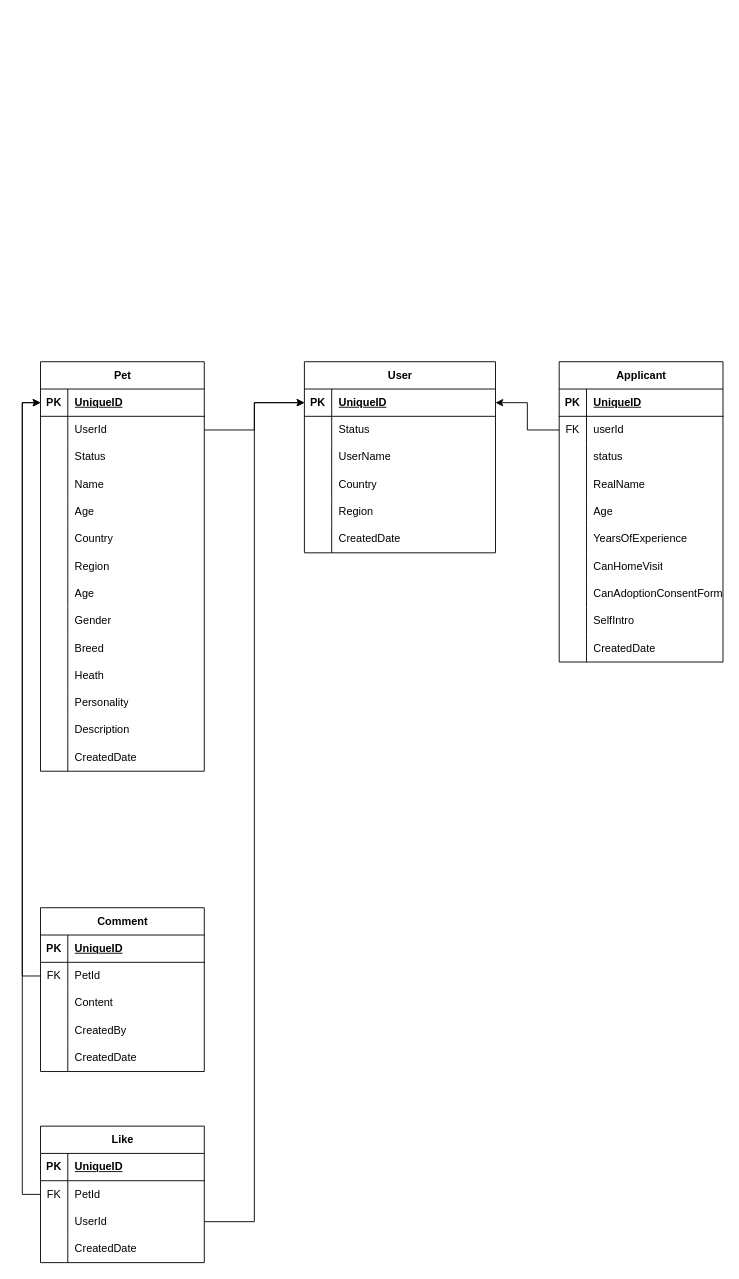
Above: page "DB" (8 of 8) of MyApps/PetAdotion.drawio in vinceliao99/MyDiagrams (draw.io), before the change. Source tidied: cells renumbered, new cells numbered last; positions are measured from the earlier drawing's top-left corner, leaving out a move shared by most shapes. Both pictures are drawn from the tidied source at 91%, with x=0, y=0 at pixel (40, 361).
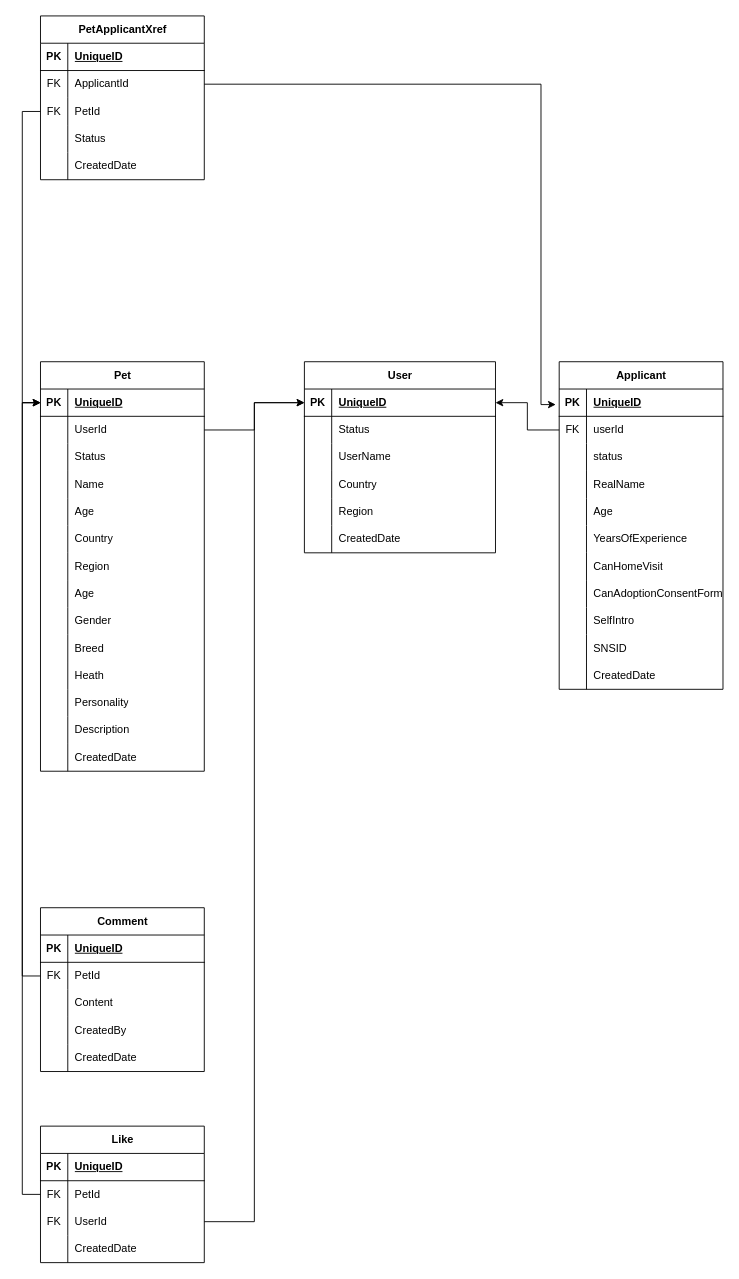
Above is the later version.

The change refers to these unchanged cells:
```xml
<mxCell id="22" style="shape=tableRow;horizontal=0;startSize=0;swimlaneHead=0;swimlaneBody=0;fillColor=none;points=[[0,0.5],[1,0.5]];portConstraint=eastwest;top=0;left=0;right=0;bottom=1;" parent="21" vertex="1">
  <mxGeometry y="30" width="180" height="30" as="geometry" />
</mxCell>
<mxCell id="53" style="shape=tableRow;horizontal=0;startSize=0;swimlaneHead=0;swimlaneBody=0;fillColor=none;points=[[0,0.5],[1,0.5]];portConstraint=eastwest;top=0;left=0;right=0;bottom=1;" parent="52" vertex="1">
  <mxGeometry y="30" width="180" height="30" as="geometry" />
</mxCell>
<mxCell id="118" style="shape=tableRow;horizontal=0;startSize=0;swimlaneHead=0;swimlaneBody=0;fillColor=none;points=[[0,0.5],[1,0.5]];portConstraint=eastwest;top=0;left=0;right=0;bottom=0;" parent="111" vertex="1">
  <mxGeometry y="90" width="180" height="30" as="geometry" />
</mxCell>
```

What changed in the source:
```diff
@@
     <mxCell id="21" value="Applicant" style="shape=table;startSize=30;childLayout=tableLayout;rowLines=0;fontStyle=1;align=center;html=1;" parent="1" vertex="1">
-      <mxGeometry x="570" width="180" height="330" as="geometry" />
+      <mxGeometry x="570" width="180" height="360" as="geometry" />
     </mxCell>
@@
+    <mxCell id="129" style="shape=tableRow;horizontal=0;startSize=0;swimlaneHead=0;swimlaneBody=0;fillColor=none;top=0;left=0;right=0;bottom=0;" parent="21" vertex="1">
+      <mxGeometry y="300" width="180" height="30" as="geometry" />
+    </mxCell>
+    <mxCell id="130" style="shape=partialRectangle;fillColor=none;top=0;left=0;bottom=0;right=0;overflow=hidden;whiteSpace=wrap;html=1;" parent="129" vertex="1">
+      <mxGeometry width="30" height="30" as="geometry" />
+    </mxCell>
+    <mxCell id="131" value="SNSID" style="shape=partialRectangle;fillColor=none;top=0;left=0;bottom=0;right=0;align=left;spacingLeft=6;overflow=hidden;whiteSpace=wrap;html=1;" parent="129" vertex="1">
+      <mxGeometry x="30" width="150" height="30" as="geometry" />
+    </mxCell>
     <mxCell id="49" style="shape=tableRow;horizontal=0;startSize=0;swimlaneHead=0;swimlaneBody=0;fillColor=none;top=0;left=0;right=0;bottom=0;" parent="21" vertex="1">
-      <mxGeometry y="300" width="180" height="30" as="geometry" />
+      <mxGeometry y="330" width="180" height="30" as="geometry" />
     </mxCell>
@@
-    <mxCell id="119" style="shape=partialRectangle;fillColor=none;top=0;left=0;bottom=0;right=0;overflow=hidden;whiteSpace=wrap;html=1;" parent="118" vertex="1">
+    <mxCell id="119" value="FK" style="shape=partialRectangle;fillColor=none;top=0;left=0;bottom=0;right=0;overflow=hidden;whiteSpace=wrap;html=1;" parent="118" vertex="1">
       <mxGeometry width="30" height="30" as="geometry" />
     </mxCell>
@@
+    <mxCell id="132" value="PetApplicantXref" style="shape=table;startSize=30;childLayout=tableLayout;rowLines=0;fontStyle=1;align=center;html=1;" parent="1" vertex="1">
+      <mxGeometry y="-380" width="180" height="180" as="geometry" />
+    </mxCell>
+    <mxCell id="133" style="shape=tableRow;horizontal=0;startSize=0;swimlaneHead=0;swimlaneBody=0;fillColor=none;top=0;left=0;right=0;bottom=1;" parent="132" vertex="1">
+      <mxGeometry y="30" width="180" height="30" as="geometry" />
+    </mxCell>
+    <mxCell id="134" value="PK" style="shape=partialRectangle;fillColor=none;top=0;left=0;bottom=0;right=0;fontStyle=1;overflow=hidden;whiteSpace=wrap;html=1;" parent="133" vertex="1">
+      <mxGeometry width="30" height="30" as="geometry" />
+    </mxCell>
+    <mxCell id="135" value="UniqueID" style="shape=partialRectangle;fillColor=none;top=0;left=0;bottom=0;right=0;align=left;spacingLeft=6;fontStyle=5;overflow=hidden;whiteSpace=wrap;html=1;" parent="133" vertex="1">
+      <mxGeometry x="30" width="150" height="30" as="geometry" />
+    </mxCell>
+    <mxCell id="136" style="shape=tableRow;horizontal=0;startSize=0;swimlaneHead=0;swimlaneBody=0;fillColor=none;points=[[0,0.5],[1,0.5]];portConstraint=eastwest;top=0;left=0;right=0;bottom=0;" parent="132" vertex="1">
+      <mxGeometry y="60" width="180" height="30" as="geometry" />
+    </mxCell>
+    <mxCell id="137" value="FK" style="shape=partialRectangle;fillColor=none;top=0;left=0;bottom=0;right=0;overflow=hidden;whiteSpace=wrap;html=1;" parent="136" vertex="1">
+      <mxGeometry width="30" height="30" as="geometry" />
+    </mxCell>
+    <mxCell id="138" value="ApplicantId" style="shape=partialRectangle;fillColor=none;top=0;left=0;bottom=0;right=0;align=left;spacingLeft=6;overflow=hidden;whiteSpace=wrap;html=1;" parent="136" vertex="1">
+      <mxGeometry x="30" width="150" height="30" as="geometry" />
+    </mxCell>
+    <mxCell id="139" style="shape=tableRow;horizontal=0;startSize=0;swimlaneHead=0;swimlaneBody=0;fillColor=none;points=[[0,0.5],[1,0.5]];portConstraint=eastwest;top=0;left=0;right=0;bottom=0;" parent="132" vertex="1">
+      <mxGeometry y="90" width="180" height="30" as="geometry" />
+    </mxCell>
+    <mxCell id="140" value="FK" style="shape=partialRectangle;fillColor=none;top=0;left=0;bottom=0;right=0;overflow=hidden;whiteSpace=wrap;html=1;" parent="139" vertex="1">
+      <mxGeometry width="30" height="30" as="geometry" />
+    </mxCell>
+    <mxCell id="141" value="PetId" style="shape=partialRectangle;fillColor=none;top=0;left=0;bottom=0;right=0;align=left;spacingLeft=6;overflow=hidden;whiteSpace=wrap;html=1;" parent="139" vertex="1">
+      <mxGeometry x="30" width="150" height="30" as="geometry" />
+    </mxCell>
+    <mxCell id="142" style="shape=tableRow;horizontal=0;startSize=0;swimlaneHead=0;swimlaneBody=0;fillColor=none;top=0;left=0;right=0;bottom=0;" parent="132" vertex="1">
+      <mxGeometry y="120" width="180" height="30" as="geometry" />
+    </mxCell>
+    <mxCell id="143" style="shape=partialRectangle;fillColor=none;top=0;left=0;bottom=0;right=0;overflow=hidden;whiteSpace=wrap;html=1;" parent="142" vertex="1">
+      <mxGeometry width="30" height="30" as="geometry" />
+    </mxCell>
+    <mxCell id="144" value="Status" style="shape=partialRectangle;fillColor=none;top=0;left=0;bottom=0;right=0;align=left;spacingLeft=6;overflow=hidden;whiteSpace=wrap;html=1;" parent="142" vertex="1">
+      <mxGeometry x="30" width="150" height="30" as="geometry" />
+    </mxCell>
+    <mxCell id="145" style="shape=tableRow;horizontal=0;startSize=0;swimlaneHead=0;swimlaneBody=0;fillColor=none;top=0;left=0;right=0;bottom=0;" parent="132" vertex="1">
+      <mxGeometry y="150" width="180" height="30" as="geometry" />
+    </mxCell>
+    <mxCell id="146" style="shape=partialRectangle;fillColor=none;top=0;left=0;bottom=0;right=0;overflow=hidden;whiteSpace=wrap;html=1;" parent="145" vertex="1">
+      <mxGeometry width="30" height="30" as="geometry" />
+    </mxCell>
+    <mxCell id="147" value="CreatedDate" style="shape=partialRectangle;fillColor=none;top=0;left=0;bottom=0;right=0;align=left;spacingLeft=6;overflow=hidden;whiteSpace=wrap;html=1;" parent="145" vertex="1">
+      <mxGeometry x="30" width="150" height="30" as="geometry" />
+    </mxCell>
+    <mxCell id="148" style="edgeStyle=orthogonalEdgeStyle;rounded=0;jettySize=auto;html=1;entryX=-0.021;entryY=0.57;entryDx=0;entryDy=0;entryPerimeter=0;" parent="1" edge="1" source="136" target="22">
+      <mxGeometry relative="1" as="geometry">
+        <Array as="points">
+          <mxPoint x="550" y="-305" />
+          <mxPoint x="550" y="47" />
+        </Array>
+      </mxGeometry>
+    </mxCell>
+    <mxCell id="149" style="edgeStyle=orthogonalEdgeStyle;rounded=0;jettySize=auto;html=1;entryX=0;entryY=0.5;entryDx=0;entryDy=0;" parent="1" edge="1" source="139" target="53">
+      <mxGeometry relative="1" as="geometry" />
+    </mxCell>
```
